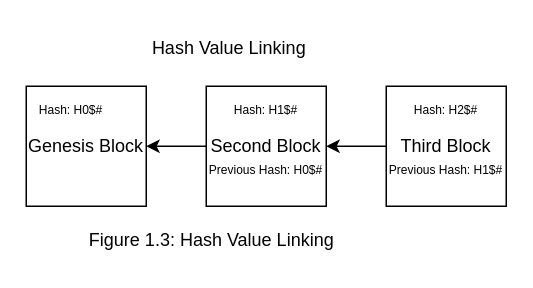
The draw.io diagram BlockchainHashValue.drawio in SifisoMzansi/architecture-diagrams, before the edit. Source tidied: cells renumbered, new cells numbered last; positions are measured from the earlier drawing's top-left corner, leaving out a move shared by most shapes. Both pictures are drawn from the tidied source at 150%, with x=0, y=0 at pixel (26, 26).
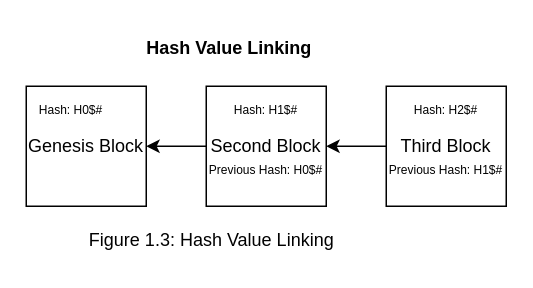
The same diagram, later.

What changed in the source:
```diff
@@
 <mxGraphModel>
   <root>
     <mxCell id="0" />
     <mxCell id="1" parent="0" />
     <mxCell id="2" style="edgeStyle=orthogonalEdgeStyle;rounded=0;jettySize=auto;html=1;entryX=1;entryY=0.5;entryDx=0;entryDy=0;" parent="1" edge="1" source="3" target="5">
       <mxGeometry relative="1" as="geometry" />
     </mxCell>
     <mxCell id="3" value="Third Block" style="whiteSpace=wrap;html=1;" parent="1" vertex="1">
       <mxGeometry x="240" y="40" width="80" height="80" as="geometry" />
     </mxCell>
     <mxCell id="4" style="edgeStyle=orthogonalEdgeStyle;rounded=0;jettySize=auto;html=1;entryX=1;entryY=0.5;entryDx=0;entryDy=0;" parent="1" edge="1" source="5" target="6">
       <mxGeometry relative="1" as="geometry" />
     </mxCell>
     <mxCell id="5" value="Second Block" style="whiteSpace=wrap;html=1;" parent="1" vertex="1">
       <mxGeometry x="120" y="40" width="80" height="80" as="geometry" />
     </mxCell>
     <mxCell id="6" value="Genesis Block" style="whiteSpace=wrap;html=1;" parent="1" vertex="1">
       <mxGeometry y="40" width="80" height="80" as="geometry" />
     </mxCell>
     <mxCell id="7" value="&lt;font style=&quot;font-size: 8px;&quot;&gt;Hash: H0$#&lt;/font&gt;" style="text;html=1;align=center;verticalAlign=middle;whiteSpace=wrap;rounded=0;" parent="1" vertex="1">
       <mxGeometry y="40" width="60" height="30" as="geometry" />
     </mxCell>
     <mxCell id="8" value="&lt;font style=&quot;font-size: 8px;&quot;&gt;Previous Hash:&amp;nbsp;&lt;/font&gt;&lt;span style=&quot;font-size: 8px;&quot;&gt;H0$#&lt;/span&gt;" style="text;html=1;align=center;verticalAlign=middle;whiteSpace=wrap;rounded=0;" parent="1" vertex="1">
       <mxGeometry x="120" y="80" width="80" height="30" as="geometry" />
     </mxCell>
     <mxCell id="9" value="&lt;font style=&quot;font-size: 8px;&quot;&gt;Hash:&amp;nbsp;&lt;/font&gt;&lt;span style=&quot;font-size: 8px;&quot;&gt;H1$#&lt;/span&gt;" style="text;html=1;align=center;verticalAlign=middle;whiteSpace=wrap;rounded=0;" parent="1" vertex="1">
       <mxGeometry x="120" y="40" width="80" height="30" as="geometry" />
     </mxCell>
     <mxCell id="10" value="&lt;font style=&quot;font-size: 8px;&quot;&gt;Hash:&amp;nbsp;&lt;/font&gt;&lt;span style=&quot;font-size: 8px;&quot;&gt;H2$#&lt;/span&gt;" style="text;html=1;align=center;verticalAlign=middle;whiteSpace=wrap;rounded=0;" parent="1" vertex="1">
       <mxGeometry x="240" y="40" width="80" height="30" as="geometry" />
     </mxCell>
     <mxCell id="11" value="&lt;font style=&quot;font-size: 8px;&quot;&gt;Previous Hash:&amp;nbsp;&lt;/font&gt;&lt;span style=&quot;font-size: 8px;&quot;&gt;H1$#&lt;/span&gt;" style="text;html=1;align=center;verticalAlign=middle;whiteSpace=wrap;rounded=0;" parent="1" vertex="1">
       <mxGeometry x="240" y="80" width="80" height="30" as="geometry" />
     </mxCell>
-    <mxCell id="12" value="Hash Value Linking" style="text;html=1;align=center;verticalAlign=middle;strokeColor=none;fillColor=none;" parent="1" vertex="1">
+    <mxCell id="12" value="Hash Value Linking" style="text;html=1;align=center;verticalAlign=middle;strokeColor=none;fillColor=none;fontStyle=1;" parent="1" vertex="1">
       <mxGeometry x="70" width="130" height="30" as="geometry" />
     </mxCell>
     <mxCell id="13" value="Figure 1.3: Hash Value Linking&amp;nbsp;" style="text;html=1;align=center;verticalAlign=middle;strokeColor=none;fillColor=none;" parent="1" vertex="1">
       <mxGeometry x="30" y="128" width="190" height="30" as="geometry" />
     </mxCell>
   </root>
 </mxGraphModel>
```
